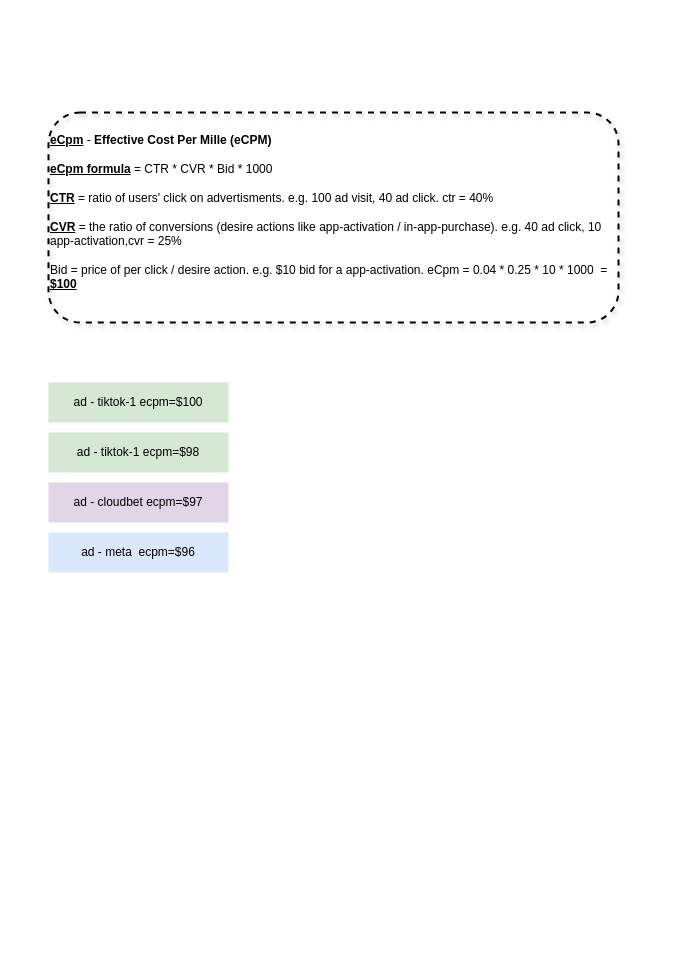
Above: presentation.drawio in karlchan-cn/drawio-repository (draw.io), before the change. Source tidied: cells renumbered, new cells numbered last; positions are measured from the earlier drawing's top-left corner, leaving out a move shared by most shapes. Both pictures are drawn from the tidied source at 100%, with x=0, y=0 at pixel (48, 112).
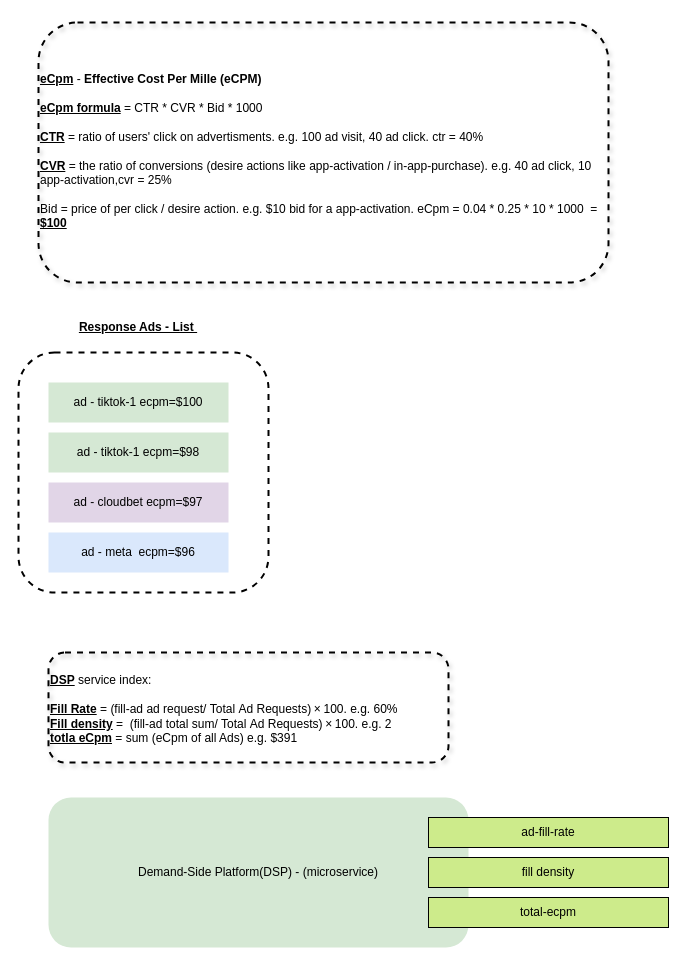
The same page after the edit.

Diff of the diagram source:
```diff
@@
 <mxGraphModel>
   <root>
     <mxCell id="0" />
     <mxCell id="1" parent="0" />
+    <mxCell id="7" style="rounded=1;whiteSpace=wrap;html=1;fillColor=none;dashed=1;strokeWidth=2;" parent="1" vertex="1">
+      <mxGeometry x="-30" y="240" width="250" height="240" as="geometry" />
+    </mxCell>
+    <mxCell id="8" value="&lt;br&gt;&lt;div&gt;&lt;b style=&quot;background-color: initial;&quot;&gt;&lt;u&gt;DSP&lt;/u&gt;&lt;/b&gt;&lt;span style=&quot;background-color: initial;&quot;&gt;&amp;nbsp;service index:&amp;nbsp;&lt;/span&gt;&lt;br&gt;&lt;/div&gt;&lt;div&gt;&lt;strong&gt;&lt;br&gt;&lt;/strong&gt;&lt;b&gt;&lt;u&gt;Fill Rate&lt;/u&gt;&lt;/b&gt; =&amp;nbsp;&lt;span class=&quot;base&quot;&gt;&lt;span class=&quot;minner&quot;&gt;&lt;span style=&quot;top: 0em;&quot; class=&quot;mopen delimcenter&quot;&gt;&lt;span class=&quot;delimsizing size3&quot;&gt;(fill-ad ad request&lt;/span&gt;&lt;/span&gt;&lt;span class=&quot;mord&quot;&gt;&lt;span class=&quot;mfrac&quot;&gt;&lt;span class=&quot;vlist-t vlist-t2&quot;&gt;&lt;span class=&quot;vlist-r&quot;&gt;&lt;span class=&quot;vlist-s&quot;&gt;/&amp;nbsp;&lt;/span&gt;&lt;/span&gt;&lt;/span&gt;&lt;/span&gt;&lt;/span&gt;&lt;/span&gt;&lt;/span&gt;&lt;span style=&quot;background-color: initial;&quot;&gt;Total&amp;nbsp;Ad&amp;nbsp;Requests&lt;/span&gt;&lt;span style=&quot;background-color: initial;&quot; class=&quot;base&quot;&gt;&lt;span class=&quot;minner&quot;&gt;&lt;span style=&quot;top: 0em;&quot; class=&quot;mclose delimcenter&quot;&gt;&lt;span class=&quot;delimsizing size3&quot;&gt;)&lt;/span&gt;&lt;/span&gt;&lt;/span&gt;&lt;span style=&quot;margin-right: 0.2222em;&quot; class=&quot;mspace&quot;&gt;&lt;/span&gt;&lt;span class=&quot;mbin&quot;&gt;×&lt;/span&gt;&lt;span style=&quot;margin-right: 0.2222em;&quot; class=&quot;mspace&quot;&gt;&lt;/span&gt;&lt;/span&gt;&lt;span style=&quot;background-color: initial;&quot; class=&quot;base&quot;&gt;&lt;span style=&quot;height: 0.6444em;&quot; class=&quot;strut&quot;&gt;&lt;/span&gt;&lt;span class=&quot;mord&quot;&gt;100. e.g. 60%&lt;br&gt;&lt;b&gt;&lt;u&gt;Fill density&lt;/u&gt;&lt;/b&gt; =&amp;nbsp;&amp;nbsp;&lt;/span&gt;&lt;/span&gt;&lt;span style=&quot;background-color: initial;&quot; class=&quot;base&quot;&gt;&lt;span class=&quot;minner&quot;&gt;&lt;span style=&quot;top: 0em;&quot; class=&quot;mopen delimcenter&quot;&gt;&lt;span class=&quot;delimsizing size3&quot;&gt;(fill-ad total sum&lt;/span&gt;&lt;/span&gt;&lt;span class=&quot;mord&quot;&gt;&lt;span class=&quot;mfrac&quot;&gt;&lt;span class=&quot;vlist-t vlist-t2&quot;&gt;&lt;span class=&quot;vlist-r&quot;&gt;&lt;span class=&quot;vlist-s&quot;&gt;/&amp;nbsp;&lt;/span&gt;&lt;/span&gt;&lt;/span&gt;&lt;/span&gt;&lt;/span&gt;&lt;/span&gt;&lt;/span&gt;&lt;span style=&quot;background-color: initial;&quot;&gt;Total&amp;nbsp;Ad&amp;nbsp;Requests&lt;/span&gt;&lt;span style=&quot;background-color: initial;&quot; class=&quot;base&quot;&gt;&lt;span class=&quot;minner&quot;&gt;&lt;span style=&quot;top: 0em;&quot; class=&quot;mclose delimcenter&quot;&gt;&lt;span class=&quot;delimsizing size3&quot;&gt;)&lt;/span&gt;&lt;/span&gt;&lt;/span&gt;&lt;span style=&quot;margin-right: 0.2222em;&quot; class=&quot;mspace&quot;&gt;&lt;/span&gt;&lt;span class=&quot;mbin&quot;&gt;×&lt;/span&gt;&lt;span style=&quot;margin-right: 0.2222em;&quot; class=&quot;mspace&quot;&gt;&lt;/span&gt;&lt;/span&gt;&lt;span style=&quot;background-color: initial;&quot; class=&quot;base&quot;&gt;&lt;span style=&quot;height: 0.6444em;&quot; class=&quot;strut&quot;&gt;&lt;/span&gt;&lt;span class=&quot;mord&quot;&gt;100. e.g. 2&lt;br&gt;&lt;b&gt;&lt;u&gt;totla eCpm&lt;/u&gt;&lt;/b&gt; = sum (eCpm of all Ads) e.g. $391&lt;/span&gt;&lt;/span&gt;&lt;/div&gt;" style="text;html=1;align=left;verticalAlign=top;whiteSpace=wrap;rounded=1;strokeColor=default;dashed=1;strokeWidth=2;shadow=1;" parent="1" vertex="1">
+      <mxGeometry y="540" width="400" height="110" as="geometry" />
+    </mxCell>
     <mxCell id="2" value="ad - tiktok-1 ecpm=$100" style="rounded=0;whiteSpace=wrap;html=1;fillColor=#d5e8d4;strokeColor=none;" parent="1" vertex="1">
       <mxGeometry y="270" width="180" height="40" as="geometry" />
     </mxCell>
     <mxCell id="3" value="ad - tiktok-1 ecpm=$98" style="rounded=0;whiteSpace=wrap;html=1;fillColor=#d5e8d4;strokeColor=none;" parent="1" vertex="1">
       <mxGeometry y="320" width="180" height="40" as="geometry" />
     </mxCell>
     <mxCell id="4" value="ad - cloudbet ecpm=$97" style="rounded=0;whiteSpace=wrap;html=1;fillColor=#e1d5e7;strokeColor=none;" parent="1" vertex="1">
       <mxGeometry y="370" width="180" height="40" as="geometry" />
     </mxCell>
     <mxCell id="5" value="ad - meta&amp;nbsp;&amp;nbsp;ecpm=$96" style="rounded=0;whiteSpace=wrap;html=1;fillColor=#dae8fc;strokeColor=none;" parent="1" vertex="1">
       <mxGeometry y="420" width="180" height="40" as="geometry" />
     </mxCell>
-    <mxCell id="6" value="&lt;br&gt;&lt;b&gt;&lt;u&gt;eCpm&lt;/u&gt;&lt;/b&gt; -&amp;nbsp;&lt;strong&gt;Effective Cost Per Mille (eCPM)&lt;br&gt;&lt;br&gt;&lt;/strong&gt;&lt;b&gt;&lt;u&gt;eCpm formula&lt;/u&gt;&lt;/b&gt; = CTR * CVR * Bid * 1000&lt;br&gt;&lt;br&gt;&lt;div&gt;&lt;b&gt;&lt;u&gt;CTR&lt;/u&gt;&lt;/b&gt; = ratio of users' click on advertisments.&amp;nbsp;e.g. 100 ad visit, 40 ad click. ctr = 40%&lt;br&gt;&lt;br&gt;&lt;b&gt;&lt;u&gt;CVR&lt;/u&gt;&lt;/b&gt; = the ratio of conversions (desire actions like app-activation / in-app-purchase). e.g. 40 ad click, 10 app-activation,cvr = 25%&lt;br&gt;&lt;br&gt;Bid = price of per click / desire action. e.g. $10 bid for a app-activation. eCpm = 0.04 * 0.25 * 10 * 1000&amp;nbsp; = &lt;b&gt;&lt;u&gt;$100&lt;/u&gt;&lt;/b&gt;&lt;/div&gt;" style="text;html=1;align=left;verticalAlign=top;whiteSpace=wrap;rounded=1;strokeColor=default;dashed=1;strokeWidth=2;shadow=1;" parent="1" vertex="1">
-      <mxGeometry width="570" height="210" as="geometry" />
+    <mxCell id="6" value="&lt;br&gt;&lt;b&gt;&lt;u&gt;&lt;br&gt;&lt;/u&gt;&lt;/b&gt;&lt;div&gt;&lt;b&gt;&lt;u&gt;&lt;br&gt;&lt;/u&gt;&lt;/b&gt;&lt;/div&gt;&lt;div&gt;&lt;b&gt;&lt;u&gt;eCpm&lt;/u&gt;&lt;/b&gt; -&amp;nbsp;&lt;strong&gt;Effective Cost Per Mille (eCPM)&lt;br&gt;&lt;br&gt;&lt;/strong&gt;&lt;b&gt;&lt;u&gt;eCpm formula&lt;/u&gt;&lt;/b&gt; = CTR * CVR * Bid * 1000&lt;br&gt;&lt;br&gt;&lt;div&gt;&lt;b&gt;&lt;u&gt;CTR&lt;/u&gt;&lt;/b&gt; = ratio of users' click on advertisments.&amp;nbsp;e.g. 100 ad visit, 40 ad click. ctr = 40%&lt;br&gt;&lt;br&gt;&lt;b&gt;&lt;u&gt;CVR&lt;/u&gt;&lt;/b&gt; = the ratio of conversions (desire actions like app-activation / in-app-purchase). e.g. 40 ad click, 10 app-activation,cvr = 25%&lt;br&gt;&lt;br&gt;Bid = price of per click / desire action. e.g. $10 bid for a app-activation. eCpm = 0.04 * 0.25 * 10 * 1000&amp;nbsp; = &lt;b&gt;&lt;u&gt;$100&lt;/u&gt;&lt;/b&gt;&lt;/div&gt;&lt;/div&gt;" style="text;html=1;align=left;verticalAlign=top;whiteSpace=wrap;rounded=1;strokeColor=default;dashed=1;strokeWidth=2;shadow=1;" parent="1" vertex="1">
+      <mxGeometry x="-10" y="-90" width="570" height="260" as="geometry" />
     </mxCell>
+    <mxCell id="9" value="Demand-Side Platform(DSP) - (microservice)" style="rounded=1;whiteSpace=wrap;html=1;fillColor=#d5e8d4;strokeColor=none;" parent="1" vertex="1">
+      <mxGeometry y="685" width="420" height="150" as="geometry" />
+    </mxCell>
+    <mxCell id="10" value="ad-fill-rate" style="rounded=0;whiteSpace=wrap;html=1;fillColor=#cdeb8b;strokeColor=default;" parent="1" vertex="1">
+      <mxGeometry x="380" y="705" width="240" height="30" as="geometry" />
+    </mxCell>
+    <mxCell id="11" value="fill density" style="rounded=0;whiteSpace=wrap;html=1;fillColor=#cdeb8b;strokeColor=default;" parent="1" vertex="1">
+      <mxGeometry x="380" y="745" width="240" height="30" as="geometry" />
+    </mxCell>
+    <mxCell id="12" value="total-ecpm" style="rounded=0;whiteSpace=wrap;html=1;fillColor=#cdeb8b;strokeColor=default;" parent="1" vertex="1">
+      <mxGeometry x="380" y="785" width="240" height="30" as="geometry" />
+    </mxCell>
+    <mxCell id="13" value="Response Ads - List&amp;nbsp;" style="text;html=1;align=center;verticalAlign=middle;whiteSpace=wrap;rounded=0;fontStyle=5;" parent="1" vertex="1">
+      <mxGeometry x="-5" y="200" width="190" height="30" as="geometry" />
+    </mxCell>
   </root>
 </mxGraphModel>
```
